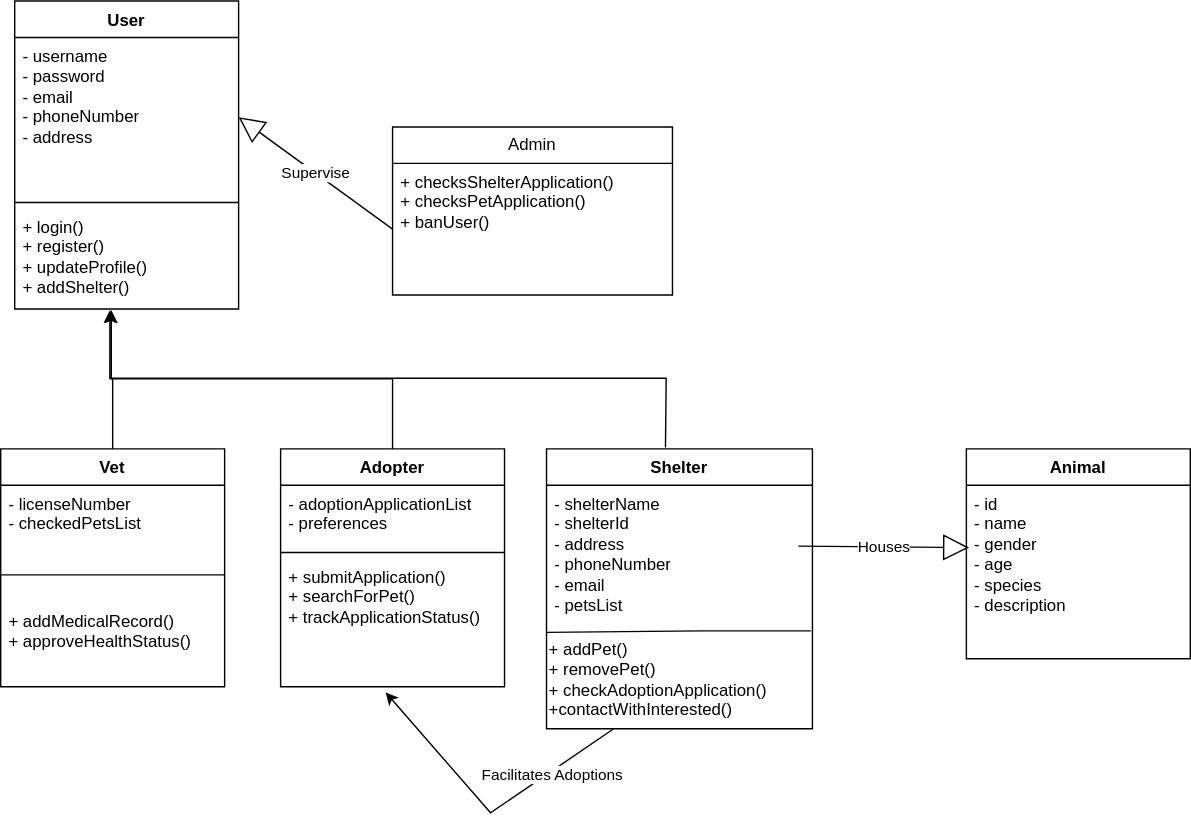
The draw.io diagram ClassDiagram.svg in Thomaskald/DistributedSystems, before a commit. Source tidied: cells renumbered, new cells last; positions are measured from the earlier drawing's top-left corner, leaving out a move shared by most shapes.
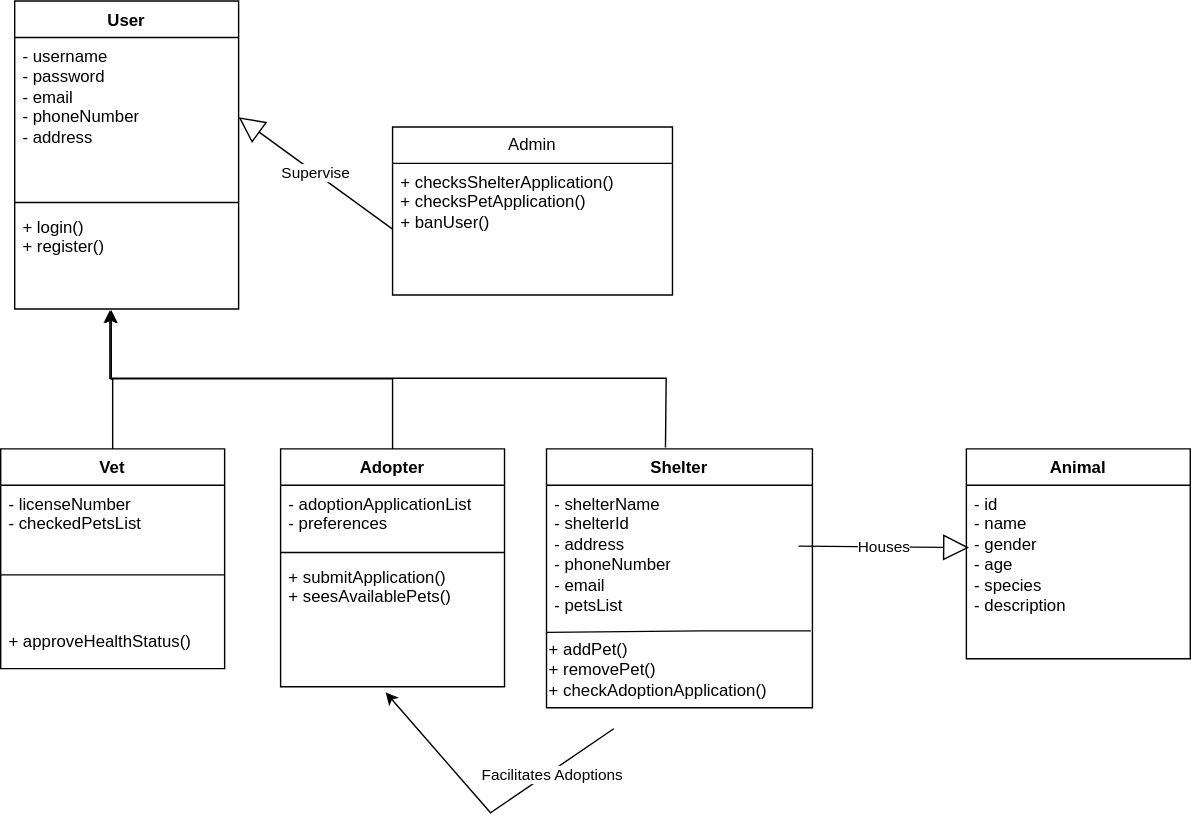
Above is the later version.

What changed in the source:
```diff
@@ -11,7 +11,7 @@
     <mxCell id="4" style="line;strokeWidth=1;fillColor=none;align=left;verticalAlign=middle;spacingTop=-1;spacingLeft=3;spacingRight=3;labelPosition=right;strokeColor=inherit;" parent="2" vertex="1">
       <mxGeometry y="140" width="160" height="8" as="geometry" />
     </mxCell>
-    <mxCell id="5" value="+ login()&lt;div&gt;+ register()&lt;/div&gt;&lt;div&gt;+ updateProfile()&lt;/div&gt;&lt;div&gt;+ addShelter()&lt;/div&gt;" style="text;strokeColor=none;fillColor=none;align=left;verticalAlign=top;spacingLeft=4;spacingRight=4;overflow=hidden;points=[[0,0.5],[1,0.5]];portConstraint=eastwest;whiteSpace=wrap;html=1;" parent="2" vertex="1">
+    <mxCell id="5" value="+ login()&lt;div&gt;+ register()&lt;/div&gt;" style="text;strokeColor=none;fillColor=none;align=left;verticalAlign=top;spacingLeft=4;spacingRight=4;overflow=hidden;points=[[0,0.5],[1,0.5]];portConstraint=eastwest;whiteSpace=wrap;html=1;" parent="2" vertex="1">
       <mxGeometry y="148" width="160" height="72" as="geometry" />
     </mxCell>
     <mxCell id="6" value="Admin" style="swimlane;fontStyle=0;horizontal=1;startSize=26;fillColor=none;whiteSpace=wrap;html=1;" parent="1" vertex="1">
@@ -21,7 +21,7 @@
       <mxGeometry y="26" width="200" height="94" as="geometry" />
     </mxCell>
     <mxCell id="8" value="Vet" style="swimlane;fontStyle=1;align=center;verticalAlign=top;horizontal=1;startSize=26;whiteSpace=wrap;html=1;" parent="1" vertex="1">
-      <mxGeometry y="320" width="160" height="170" as="geometry" />
+      <mxGeometry y="320" width="160" height="157" as="geometry" />
     </mxCell>
     <mxCell id="9" value="- licenseNumber&lt;div&gt;- checkedPetsList&lt;/div&gt;" style="text;strokeColor=none;fillColor=none;align=left;verticalAlign=top;spacingLeft=4;spacingRight=4;overflow=hidden;whiteSpace=wrap;html=1;" parent="8" vertex="1">
       <mxGeometry y="26" width="160" height="44" as="geometry" />
@@ -29,8 +29,8 @@
     <mxCell id="10" style="line;strokeWidth=1;fillColor=none;align=left;verticalAlign=middle;spacingTop=-1;spacingLeft=3;spacingRight=3;labelPosition=right;strokeColor=inherit;" parent="8" vertex="1">
       <mxGeometry y="70" width="160" height="40" as="geometry" />
     </mxCell>
-    <mxCell id="11" value="&lt;div&gt;+ addMedicalRecord()&lt;/div&gt;+ approveHealthStatus()&lt;div&gt;&lt;br&gt;&lt;div&gt;&lt;br&gt;&lt;/div&gt;&lt;/div&gt;" style="text;strokeColor=none;fillColor=none;align=left;verticalAlign=top;spacingLeft=4;spacingRight=4;overflow=hidden;whiteSpace=wrap;html=1;" parent="8" vertex="1">
-      <mxGeometry y="110" width="160" height="60" as="geometry" />
+    <mxCell id="11" value="&lt;div&gt;&lt;br&gt;&lt;/div&gt;+ approveHealthStatus()&lt;div&gt;&lt;br&gt;&lt;div&gt;&lt;br&gt;&lt;/div&gt;&lt;/div&gt;" style="text;strokeColor=none;fillColor=none;align=left;verticalAlign=top;spacingLeft=4;spacingRight=4;overflow=hidden;whiteSpace=wrap;html=1;" parent="8" vertex="1">
+      <mxGeometry y="110" width="160" height="47" as="geometry" />
     </mxCell>
     <mxCell id="12" style="edgeStyle=orthogonalEdgeStyle;rounded=0;jettySize=auto;html=1;entryX=0.431;entryY=1.014;entryDx=0;entryDy=0;entryPerimeter=0;" parent="1" edge="1" source="8" target="5">
       <mxGeometry relative="1" as="geometry" />
@@ -44,14 +44,14 @@
     <mxCell id="15" style="line;strokeWidth=1;fillColor=none;align=left;verticalAlign=middle;spacingTop=-1;spacingLeft=3;spacingRight=3;labelPosition=right;strokeColor=inherit;" parent="13" vertex="1">
       <mxGeometry y="70" width="160" height="8" as="geometry" />
     </mxCell>
-    <mxCell id="16" value="+ submitApplication()&lt;div&gt;+ searchForPet()&lt;/div&gt;&lt;div&gt;+ trackApplicationStatus()&lt;/div&gt;" style="text;strokeColor=none;fillColor=none;align=left;verticalAlign=top;spacingLeft=4;spacingRight=4;overflow=hidden;points=[[0,0.5],[1,0.5]];portConstraint=eastwest;whiteSpace=wrap;html=1;" parent="13" vertex="1">
+    <mxCell id="16" value="+ submitApplication()&lt;div&gt;+ seesAvailablePets()&lt;/div&gt;" style="text;strokeColor=none;fillColor=none;align=left;verticalAlign=top;spacingLeft=4;spacingRight=4;overflow=hidden;points=[[0,0.5],[1,0.5]];portConstraint=eastwest;whiteSpace=wrap;html=1;" parent="13" vertex="1">
       <mxGeometry y="78" width="160" height="92" as="geometry" />
     </mxCell>
     <mxCell id="17" style="edgeStyle=orthogonalEdgeStyle;rounded=0;jettySize=auto;html=1;entryX=0.431;entryY=1.014;entryDx=0;entryDy=0;entryPerimeter=0;" parent="1" edge="1" source="13" target="5">
       <mxGeometry relative="1" as="geometry" />
     </mxCell>
     <mxCell id="18" value="Shelter" style="swimlane;fontStyle=1;align=center;verticalAlign=top;horizontal=1;startSize=26;whiteSpace=wrap;html=1;" parent="1" vertex="1">
-      <mxGeometry x="390" y="320" width="190" height="200" as="geometry" />
+      <mxGeometry x="390" y="320" width="190" height="185" as="geometry" />
     </mxCell>
     <mxCell id="19" style="endArrow=none;html=1;rounded=0;entryX=0.989;entryY=0.466;entryDx=0;entryDy=0;entryPerimeter=0;exitX=-0.005;exitY=0.47;exitDx=0;exitDy=0;exitPerimeter=0;" parent="18" edge="1">
       <mxGeometry relative="1" as="geometry">
@@ -65,8 +65,8 @@
     <mxCell id="20" value="- shelterName&lt;div&gt;- shelterId&lt;/div&gt;&lt;div&gt;- address&lt;/div&gt;&lt;div&gt;- phoneNumber&lt;/div&gt;&lt;div&gt;- email&lt;/div&gt;&lt;div&gt;- petsList&lt;/div&gt;" style="text;strokeColor=none;fillColor=none;align=left;verticalAlign=top;spacingLeft=4;spacingRight=4;overflow=hidden;whiteSpace=wrap;html=1;" parent="18" vertex="1">
       <mxGeometry y="26" width="190" height="104" as="geometry" />
     </mxCell>
-    <mxCell id="21" value="+ addPet()&lt;div&gt;+ removePet()&lt;/div&gt;&lt;div&gt;+ checkAdoptionApplication()&lt;/div&gt;&lt;div&gt;+contactWithInterested()&lt;/div&gt;" style="text;html=1;align=left;verticalAlign=middle;strokeColor=none;fillColor=none;" parent="18" vertex="1">
-      <mxGeometry y="130" width="190" height="70" as="geometry" />
+    <mxCell id="21" value="+ addPet()&lt;div&gt;+ removePet()&lt;/div&gt;&lt;div&gt;+ checkAdoptionApplication()&lt;/div&gt;" style="text;html=1;align=left;verticalAlign=middle;strokeColor=none;fillColor=none;" parent="18" vertex="1">
+      <mxGeometry y="130" width="190" height="55" as="geometry" />
     </mxCell>
     <mxCell id="22" value="Animal" style="swimlane;fontStyle=1;align=center;verticalAlign=top;horizontal=1;startSize=26;whiteSpace=wrap;html=1;" parent="1" vertex="1">
       <mxGeometry x="690" y="320" width="160" height="150" as="geometry" />
```
